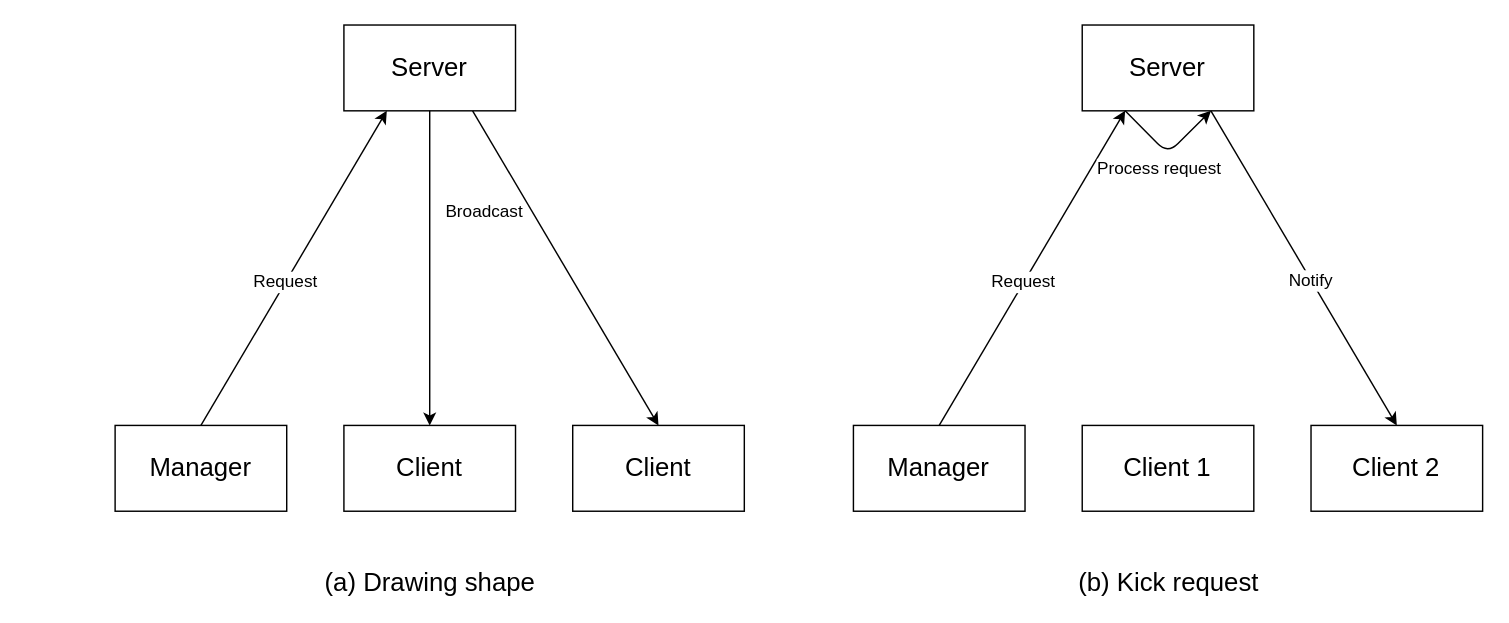
Above: report/images/messaging.drawio in ZhuolunWu-0906/Distributed-Shared-White-Board---COMP90015-Distributed-System (draw.io), before the change. Source tidied: cells renumbered, new cells numbered last; positions are measured from the earlier drawing's top-left corner, leaving out a move shared by most shapes. Both pictures are drawn from the tidied source at 143%, with x=0, y=0 at pixel (114, 24).
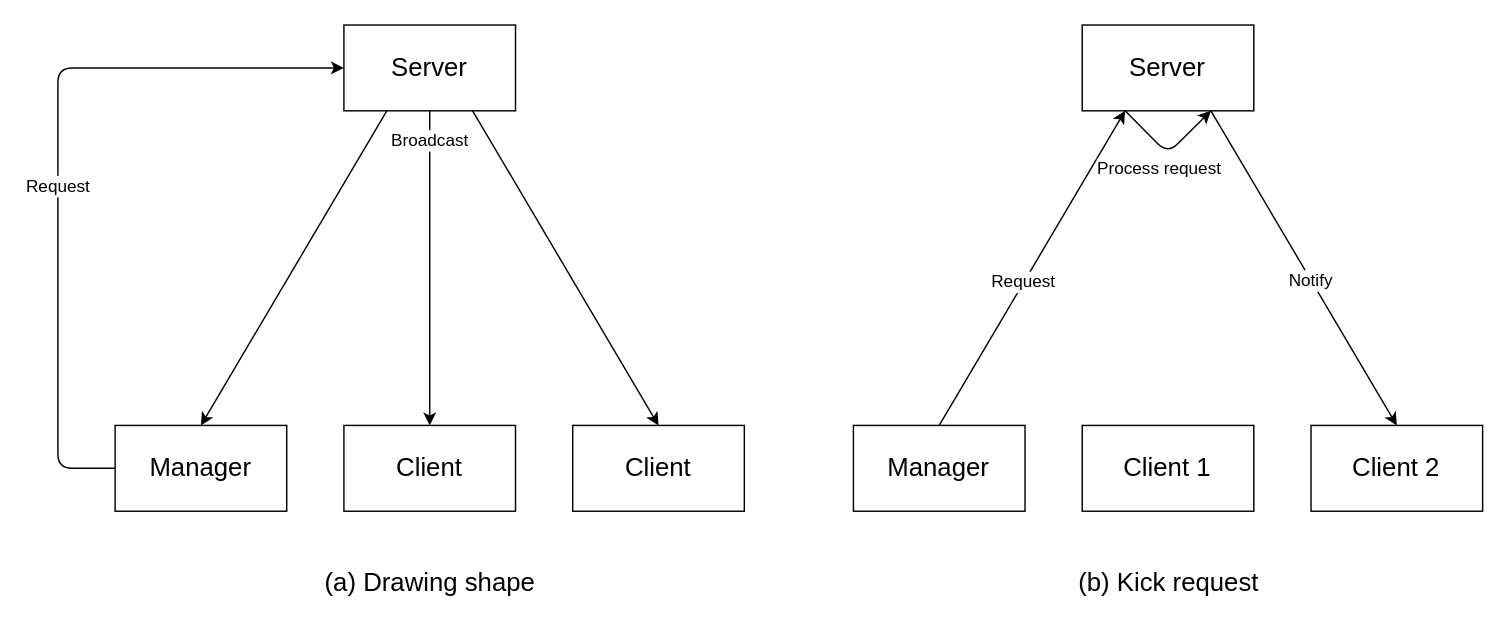
The same page after the edit.

Unchanged cells that the change refers to:
```xml
<mxCell id="3" value="&lt;font style=&quot;font-size: 18px&quot;&gt;Server&lt;/font&gt;" style="rounded=0;whiteSpace=wrap;html=1;" parent="1" vertex="1">
  <mxGeometry x="160" width="120" height="60" as="geometry" />
</mxCell>
<mxCell id="5" value="&lt;font style=&quot;font-size: 18px&quot;&gt;Manager&lt;/font&gt;" style="rounded=0;whiteSpace=wrap;html=1;" parent="1" vertex="1">
  <mxGeometry y="280" width="120" height="60" as="geometry" />
</mxCell>
<mxCell id="9" style="endArrow=classic;html=1;exitX=0.5;exitY=1;exitDx=0;exitDy=0;entryX=0.5;entryY=0;entryDx=0;entryDy=0;" parent="1" edge="1" source="3" target="4">
  <mxGeometry relative="1" as="geometry" />
</mxCell>
```

Diff of the diagram source:
```diff
@@
-    <mxCell id="7" style="endArrow=classic;html=1;exitX=0.5;exitY=0;exitDx=0;exitDy=0;" parent="1" edge="1" source="5">
+    <mxCell id="7" style="endArrow=classic;html=1;exitX=0;exitY=0.5;exitDx=0;exitDy=0;entryX=0;entryY=0.5;entryDx=0;entryDy=0;" parent="1" edge="1" source="5" target="3">
       <mxGeometry relative="1" as="geometry">
-        <mxPoint x="190" y="60" as="targetPoint" />
+        <Array as="points">
+          <mxPoint x="-40" y="310" />
+          <mxPoint x="-40" y="30" />
+        </Array>
       </mxGeometry>
     </mxCell>
@@
-    <mxCell id="10" value="Broadcast" style="text;html=1;align=center;verticalAlign=middle;labelBackgroundColor=#ffffff;" parent="9" vertex="1">
-      <mxGeometry x="-0.66" y="-1" relative="1" as="geometry">
-        <mxPoint x="38" y="33" as="offset" />
-      </mxGeometry>
-    </mxCell>
@@
+    <mxCell id="23" style="endArrow=classic;html=1;exitX=0.25;exitY=1;exitDx=0;exitDy=0;entryX=0.5;entryY=0;entryDx=0;entryDy=0;" parent="1" edge="1" source="3" target="5">
+      <mxGeometry relative="1" as="geometry" />
+    </mxCell>
+    <mxCell id="10" value="Broadcast" style="text;html=1;align=center;verticalAlign=middle;labelBackgroundColor=#ffffff;" parent="23" vertex="1">
+      <mxGeometry x="-0.66" y="-1" relative="1" as="geometry">
+        <mxPoint x="52.5" y="-16.5" as="offset" />
+      </mxGeometry>
+    </mxCell>
```
